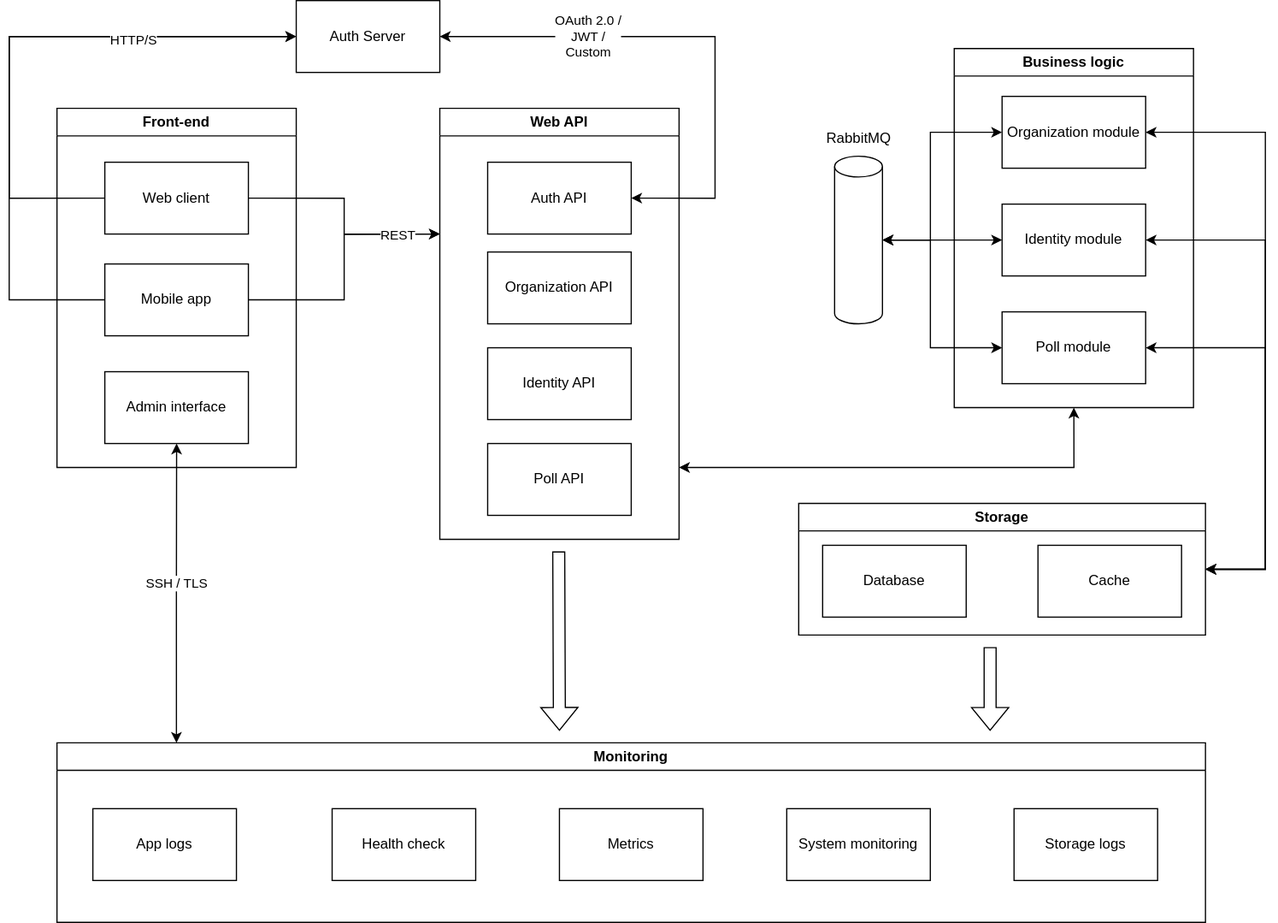
Earlier version of the draw.io export docs/design/diagrams/components.svg (gurug-prog/survey-expert). Source tidied: cells renumbered, new cells last; positions are measured from the earlier drawing's top-left corner, leaving out a move shared by most shapes.
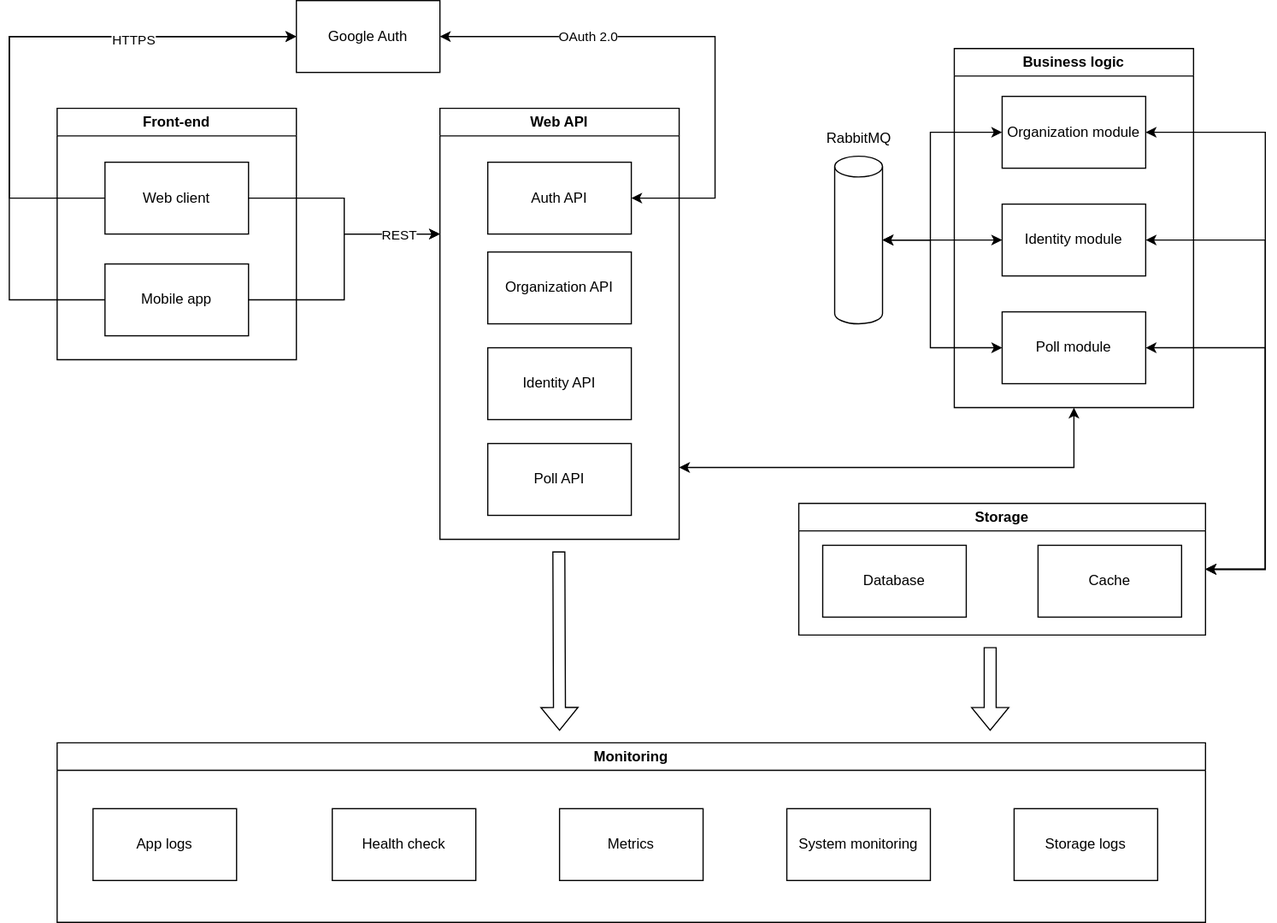
Later version of the same file.

Change to the diagram source:
```diff
@@ -3,7 +3,7 @@
     <mxCell id="0" />
     <mxCell id="1" parent="0" />
     <mxCell id="2" value="Front-end" style="swimlane;whiteSpace=wrap;html=1;" parent="1" vertex="1">
-      <mxGeometry x="40" y="90" width="200" height="300" as="geometry" />
+      <mxGeometry x="40" y="90" width="200" height="210" as="geometry" />
     </mxCell>
     <mxCell id="3" value="Web client" style="rounded=0;whiteSpace=wrap;html=1;" parent="2" vertex="1">
       <mxGeometry x="40" y="45" width="120" height="60" as="geometry" />
@@ -11,9 +11,6 @@
     <mxCell id="4" value="Mobile app" style="rounded=0;whiteSpace=wrap;html=1;" parent="2" vertex="1">
       <mxGeometry x="40" y="130" width="120" height="60" as="geometry" />
     </mxCell>
-    <mxCell id="5" value="Admin interface" style="rounded=0;whiteSpace=wrap;html=1;" parent="2" vertex="1">
-      <mxGeometry x="40" y="220" width="120" height="60" as="geometry" />
-    </mxCell>
     <mxCell id="6" style="edgeStyle=orthogonalEdgeStyle;rounded=0;jettySize=auto;html=1;entryX=0.5;entryY=1;entryDx=0;entryDy=0;startArrow=classic;startFill=1;" parent="1" edge="1" target="20">
       <mxGeometry relative="1" as="geometry">
         <mxPoint x="560" y="390" as="sourcePoint" />
@@ -52,7 +49,7 @@
         </Array>
       </mxGeometry>
     </mxCell>
-    <mxCell id="14" value="HTTP/S" style="edgeLabel;html=1;align=center;verticalAlign=middle;" parent="13" vertex="1">
+    <mxCell id="14" value="HTTPS" style="edgeLabel;html=1;align=center;verticalAlign=middle;" parent="13" vertex="1">
       <mxGeometry x="0.49" y="-2" relative="1" as="geometry" />
     </mxCell>
     <mxCell id="15" style="edgeStyle=orthogonalEdgeStyle;rounded=0;jumpSize=19;jettySize=auto;html=1;exitX=1;exitY=0.5;exitDx=0;exitDy=0;entryX=1;entryY=0.5;entryDx=0;entryDy=0;strokeWidth=1;startArrow=classic;startFill=1;endArrow=classic;endFill=1;" parent="1" edge="1" target="8">
@@ -64,7 +61,7 @@
         </Array>
       </mxGeometry>
     </mxCell>
-    <mxCell id="16" value="OAuth 2.0 /&lt;br&gt;JWT /&lt;br&gt;Custom" style="edgeLabel;html=1;align=center;verticalAlign=middle;" parent="15" vertex="1">
+    <mxCell id="16" value="OAuth 2.0" style="edgeLabel;html=1;align=center;verticalAlign=middle;" parent="15" vertex="1">
       <mxGeometry x="-0.43" y="1" relative="1" as="geometry" />
     </mxCell>
     <mxCell id="17" style="edgeStyle=orthogonalEdgeStyle;rounded=0;jumpSize=19;jettySize=auto;html=1;exitX=1;exitY=0.5;exitDx=0;exitDy=0;strokeWidth=1;startArrow=none;startFill=0;endArrow=classic;endFill=1;" parent="1" edge="1" source="4">
@@ -109,12 +106,6 @@
     <mxCell id="26" value="Cache" style="rounded=0;whiteSpace=wrap;html=1;" parent="24" vertex="1">
       <mxGeometry x="200" y="35" width="120" height="60" as="geometry" />
     </mxCell>
-    <mxCell id="27" style="edgeStyle=orthogonalEdgeStyle;rounded=0;jumpSize=19;jettySize=auto;html=1;entryX=0.5;entryY=1;entryDx=0;entryDy=0;strokeWidth=1;startArrow=classic;startFill=1;endArrow=classic;endFill=1;exitX=0.104;exitY=0;exitDx=0;exitDy=0;exitPerimeter=0;" parent="1" edge="1" source="29" target="5">
-      <mxGeometry relative="1" as="geometry" />
-    </mxCell>
-    <mxCell id="28" value="SSH / TLS" style="edgeLabel;html=1;align=center;verticalAlign=middle;" parent="27" vertex="1">
-      <mxGeometry x="0.07" y="1" relative="1" as="geometry" />
-    </mxCell>
     <mxCell id="29" value="Monitoring" style="swimlane;whiteSpace=wrap;html=1;" parent="1" vertex="1">
       <mxGeometry x="40" y="620" width="960" height="150" as="geometry" />
     </mxCell>
@@ -139,7 +130,7 @@
         <mxPoint x="460" y="610" as="targetPoint" />
       </mxGeometry>
     </mxCell>
-    <mxCell id="36" value="Auth Server" style="rounded=0;whiteSpace=wrap;html=1;" parent="1" vertex="1">
+    <mxCell id="36" value="Google Auth" style="rounded=0;whiteSpace=wrap;html=1;" parent="1" vertex="1">
       <mxGeometry x="240" width="120" height="60" as="geometry" />
     </mxCell>
     <mxCell id="37" style="edgeStyle=orthogonalEdgeStyle;rounded=0;jettySize=auto;html=1;exitX=0;exitY=0.5;exitDx=0;exitDy=0;startArrow=classic;startFill=1;entryX=1;entryY=0.5;entryDx=0;entryDy=0;entryPerimeter=0;" parent="1" edge="1" source="21" target="44">
```
